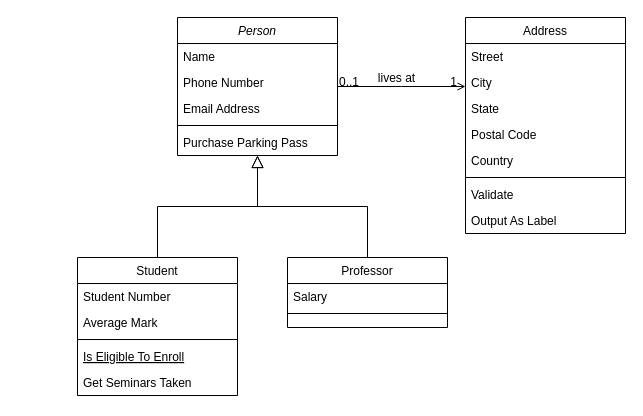
Earlier version of the draw.io diagram Diagrama sin título.drawio (caartagena/PL2). Source tidied: cells renumbered, new cells numbered last; positions are measured from the earlier drawing's top-left corner, leaving out a move shared by most shapes. Both pictures are drawn from the tidied source at 100%, with x=0, y=0 at pixel (77, 17).
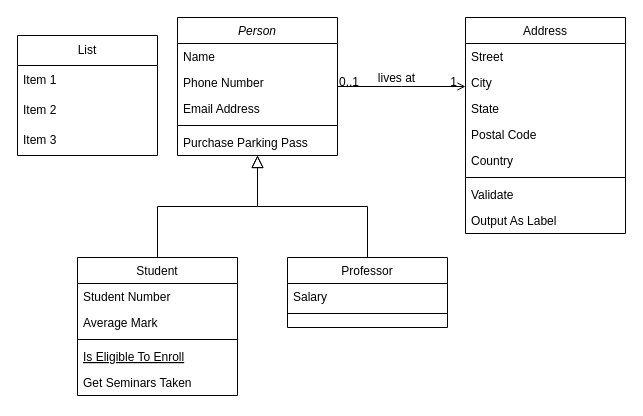
The same page after the edit.

The edit, as a diff of the source:
```diff
@@
+    <mxCell id="32" value="List" style="swimlane;fontStyle=0;horizontal=1;startSize=30;whiteSpace=wrap;html=1;" parent="1" vertex="1">
+      <mxGeometry x="-60" y="18" width="140" height="120" as="geometry" />
+    </mxCell>
+    <mxCell id="33" value="Item 1" style="text;strokeColor=none;fillColor=none;align=left;verticalAlign=middle;spacingLeft=4;spacingRight=4;overflow=hidden;whiteSpace=wrap;html=1;" parent="32" vertex="1">
+      <mxGeometry y="30" width="140" height="30" as="geometry" />
+    </mxCell>
+    <mxCell id="34" value="Item 2" style="text;strokeColor=none;fillColor=none;align=left;verticalAlign=middle;spacingLeft=4;spacingRight=4;overflow=hidden;whiteSpace=wrap;html=1;" parent="32" vertex="1">
+      <mxGeometry y="60" width="140" height="30" as="geometry" />
+    </mxCell>
+    <mxCell id="35" value="Item 3" style="text;strokeColor=none;fillColor=none;align=left;verticalAlign=middle;spacingLeft=4;spacingRight=4;overflow=hidden;whiteSpace=wrap;html=1;" parent="32" vertex="1">
+      <mxGeometry y="90" width="140" height="30" as="geometry" />
+    </mxCell>
```
